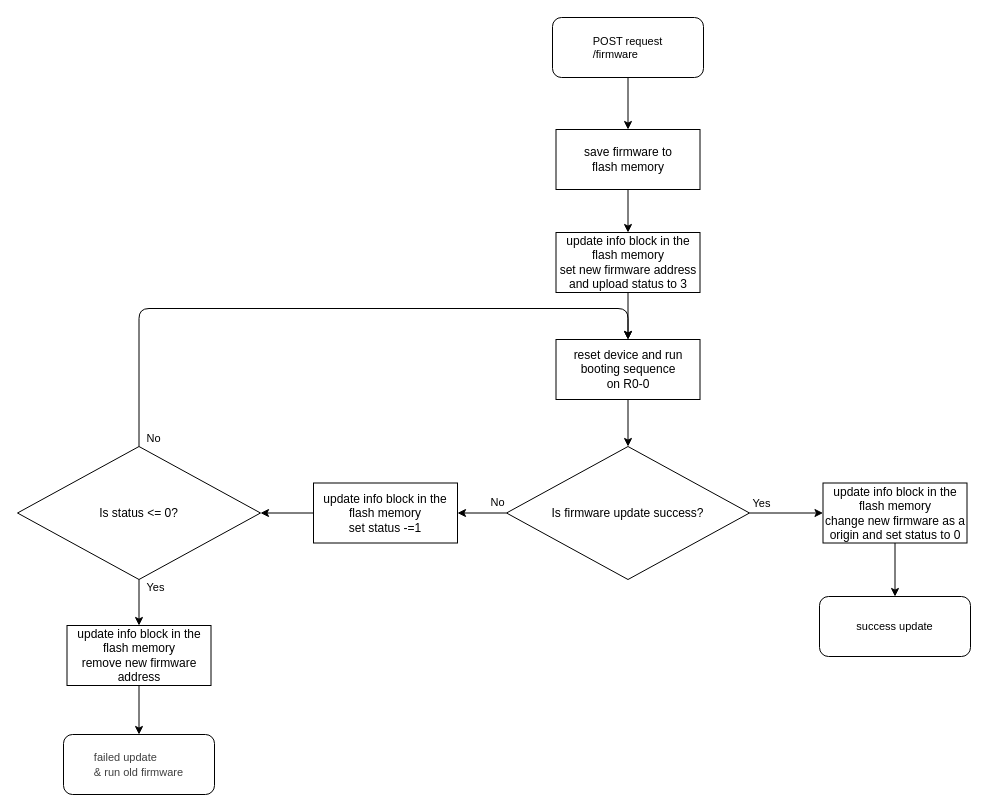
The draw.io diagram schematic/05-sw-flow-fimware-update.drawio in petrkucerak/diplom-thesis, before the edit. Source tidied: cells renumbered, new cells numbered last; positions are measured from the earlier drawing's top-left corner, leaving out a move shared by most shapes. Both pictures are drawn from the tidied source at 100%, with x=0, y=0 at pixel (17, 17).
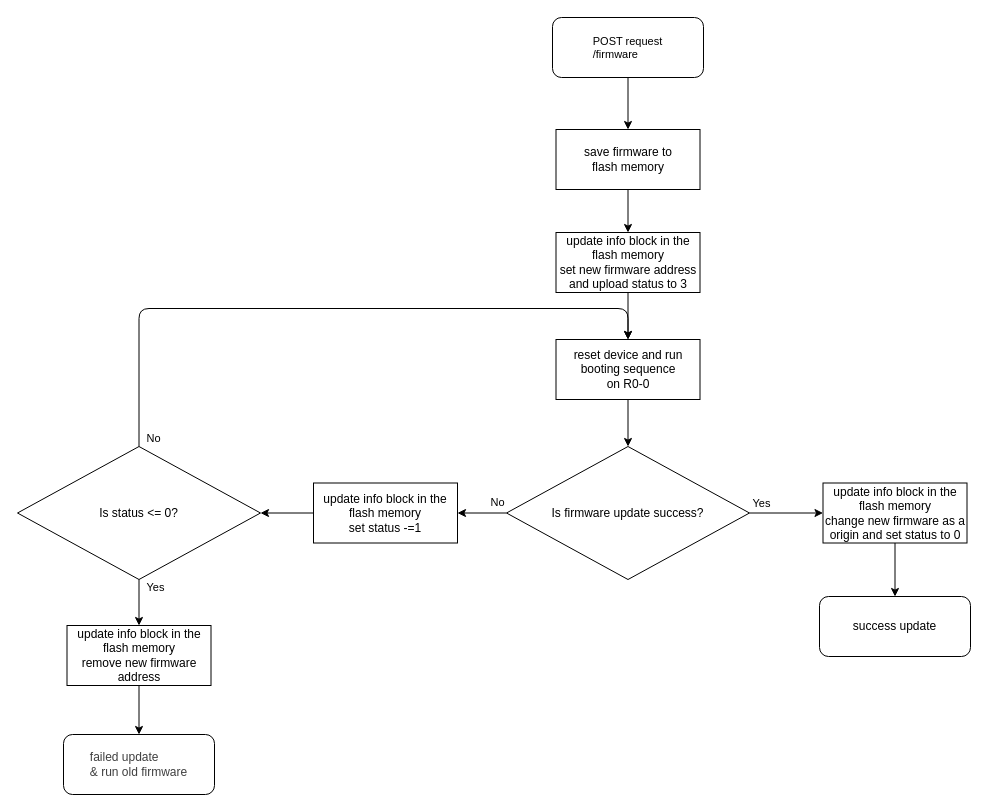
After the change.

What changed in the source:
```diff
@@
-    <mxCell id="26" value="&lt;div style=&quot;text-align: left;&quot;&gt;&lt;span style=&quot;background-color: transparent; font-size: 11px; text-wrap-mode: nowrap;&quot;&gt;success update&lt;/span&gt;&lt;/div&gt;" style="rounded=1;whiteSpace=wrap;html=1;" parent="1" vertex="1">
+    <mxCell id="26" value="&lt;div style=&quot;text-align: left;&quot;&gt;&lt;span style=&quot;background-color: transparent; text-wrap-mode: nowrap;&quot;&gt;&lt;font&gt;success update&lt;/font&gt;&lt;/span&gt;&lt;/div&gt;" style="rounded=1;whiteSpace=wrap;html=1;" parent="1" vertex="1">
       <mxGeometry x="802" y="579" width="151" height="60" as="geometry" />
     </mxCell>
-    <mxCell id="27" value="&lt;div style=&quot;text-align: left;&quot;&gt;&lt;span style=&quot;color: rgb(63, 63, 63); font-size: 11px; text-wrap-mode: nowrap;&quot;&gt;failed update&lt;/span&gt;&lt;br style=&quot;color: rgb(63, 63, 63); font-size: 11px; text-wrap-mode: nowrap;&quot;&gt;&lt;span style=&quot;color: rgb(63, 63, 63); font-size: 11px; text-wrap-mode: nowrap;&quot;&gt;&amp;amp; run old firmware&lt;/span&gt;&lt;/div&gt;" style="rounded=1;whiteSpace=wrap;html=1;" parent="1" vertex="1">
+    <mxCell id="27" value="&lt;div style=&quot;text-align: left;&quot;&gt;&lt;font&gt;&lt;span style=&quot;color: rgb(63, 63, 63); text-wrap-mode: nowrap;&quot;&gt;failed update&lt;/span&gt;&lt;br style=&quot;color: rgb(63, 63, 63); text-wrap-mode: nowrap;&quot;&gt;&lt;span style=&quot;color: rgb(63, 63, 63); text-wrap-mode: nowrap;&quot;&gt;&amp;amp; run old firmware&lt;/span&gt;&lt;/font&gt;&lt;/div&gt;" style="rounded=1;whiteSpace=wrap;html=1;" parent="1" vertex="1">
       <mxGeometry x="46" y="717" width="151" height="60" as="geometry" />
     </mxCell>
```
